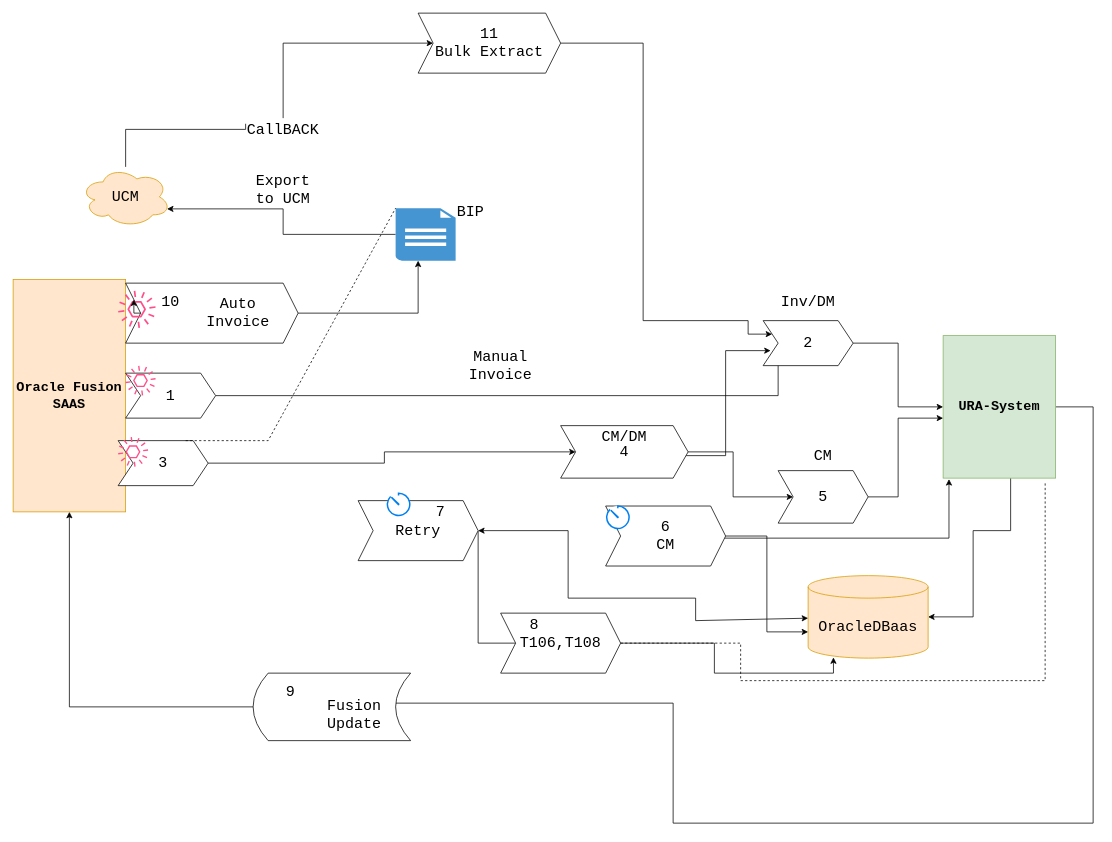
Above: 24-octMTN.drawio in anantwag19/Workspace (draw.io), before the change. Source tidied: cells renumbered, new cells numbered last; positions are measured from the earlier drawing's top-left corner, leaving out a move shared by most shapes. Both pictures are drawn from the tidied source at 75%, with x=0, y=0 at pixel (13, 13).
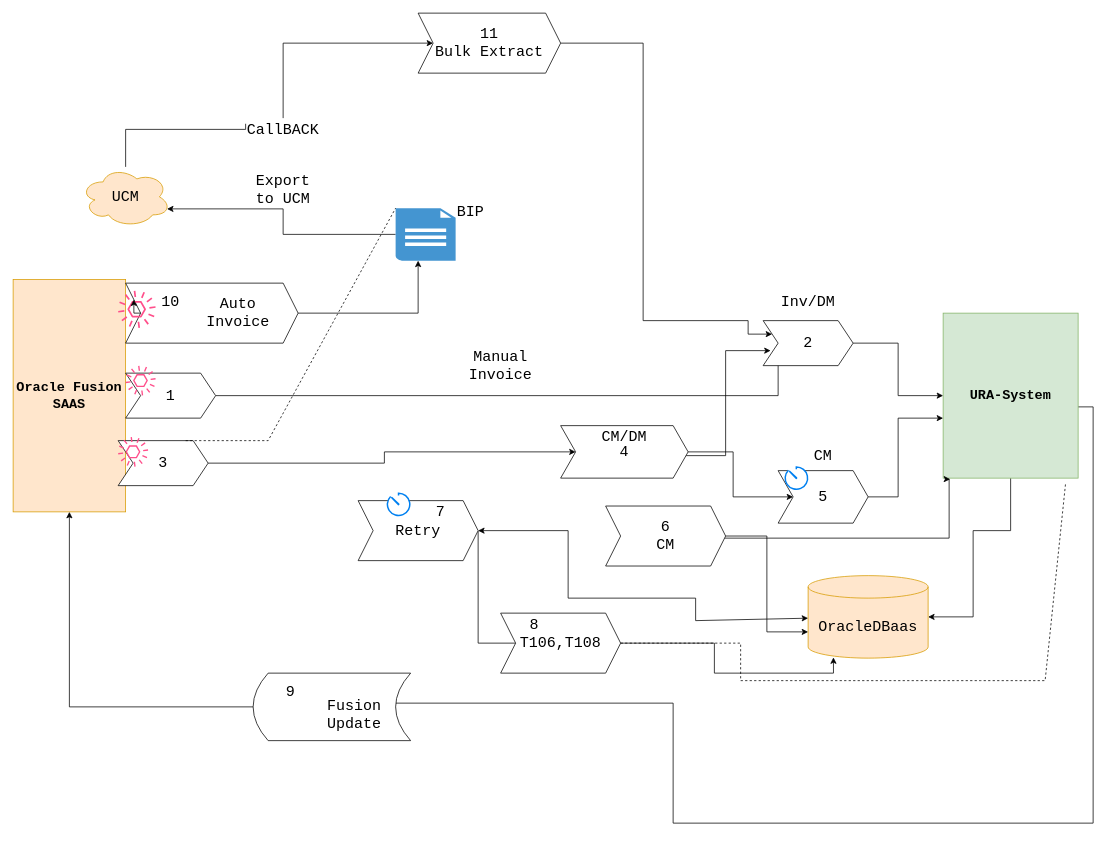
The same diagram, later.

What changed in the source:
```diff
@@
     <mxCell id="5" value="&lt;h2&gt;&lt;font face=&quot;Courier New&quot;&gt;URA-System &lt;/font&gt;&lt;br&gt;&lt;/h2&gt;" style="rounded=0;whiteSpace=wrap;html=1;fillColor=#d5e8d4;strokeColor=#82b366;" parent="1" vertex="1">
-      <mxGeometry x="1240" y="430" width="150" height="190" as="geometry" />
+      <mxGeometry x="1240" y="400" width="180" height="220" as="geometry" />
     </mxCell>
@@
-    <mxCell id="31" style="html=1;verticalLabelPosition=bottom;align=center;labelBackgroundColor=#ffffff;verticalAlign=top;strokeWidth=2;strokeColor=#0080F0;shadow=0;dashed=0;shape=mxgraph.ios7.icons.gauge;fontFamily=Courier New;fontSize=20;" parent="1" vertex="1">
-      <mxGeometry x="790" y="657.2" width="32.4" height="31.5" as="geometry" />
-    </mxCell>
@@
+    <mxCell id="58" style="html=1;verticalLabelPosition=bottom;align=center;labelBackgroundColor=#ffffff;verticalAlign=top;strokeWidth=2;strokeColor=#0080F0;shadow=0;dashed=0;shape=mxgraph.ios7.icons.gauge;fontFamily=Courier New;fontSize=20;" parent="1" vertex="1">
+      <mxGeometry x="1028" y="605" width="32.4" height="31.5" as="geometry" />
+    </mxCell>
```
